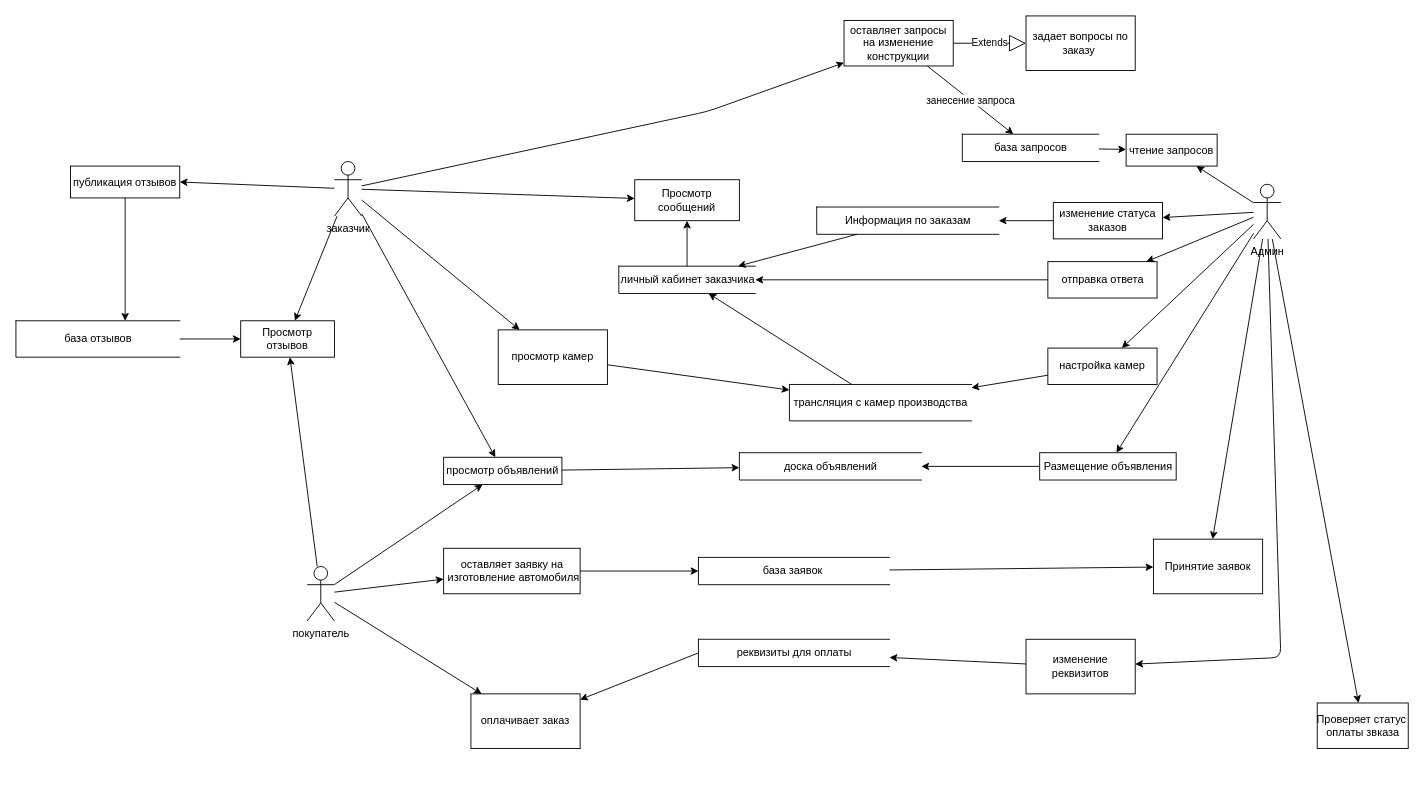
Earlier version of the draw.io diagram DFD.drawio (PashkoW/Repository1). Source tidied: cells renumbered, new cells numbered last; positions are measured from the earlier drawing's top-left corner, leaving out a move shared by most shapes. Both pictures are drawn from the tidied source at 91%, with x=0, y=0 at pixel (15, 15).
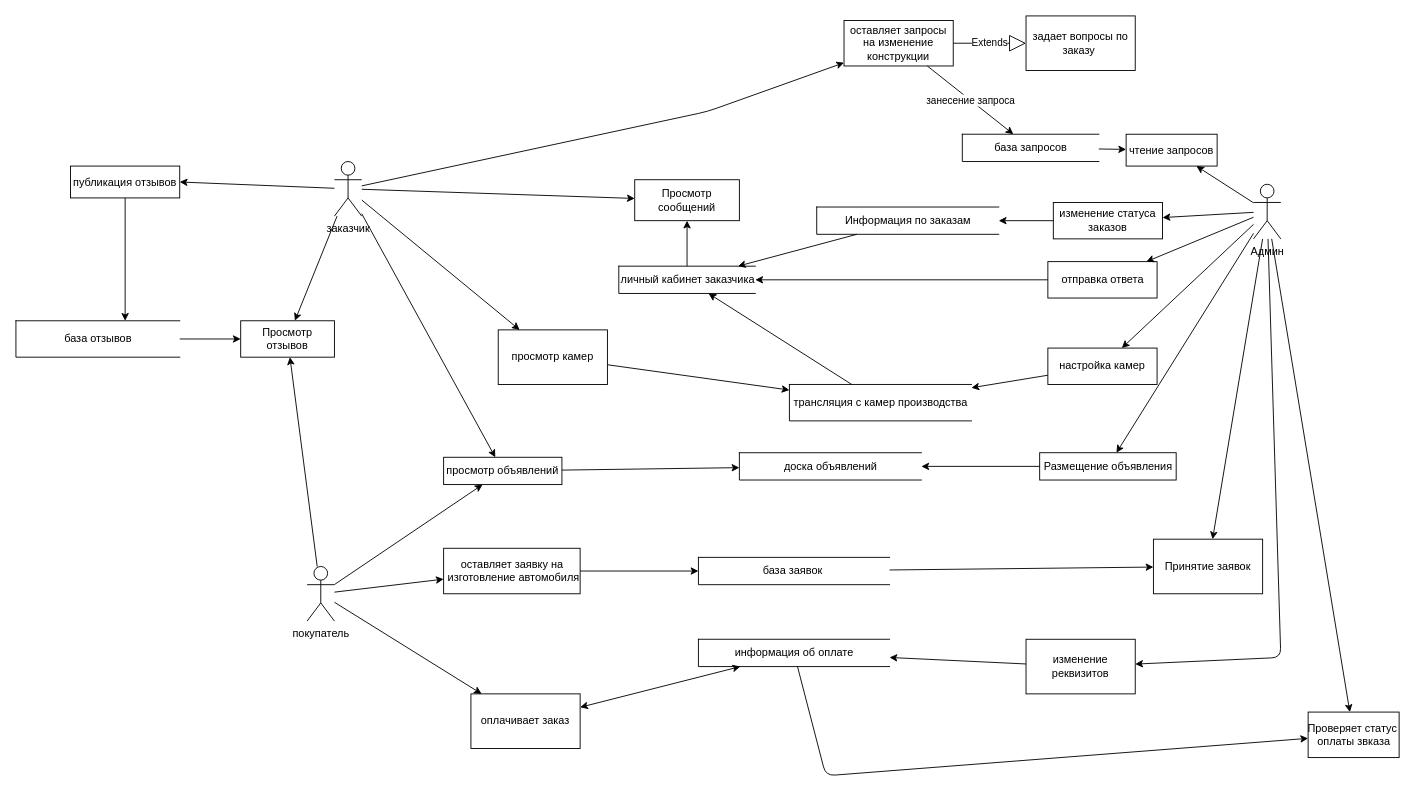
The same diagram, later.

The change refers to these unchanged cells:
```xml
<mxCell id="64" value="оплачивает заказ" style="rounded=0;whiteSpace=wrap;html=1;" parent="1" vertex="1">
  <mxGeometry x="500" y="745" width="120" height="60" as="geometry" />
</mxCell>
```

What changed in the source:
```diff
@@
     <mxCell id="53" value="Проверяет статус&amp;nbsp;&lt;br&gt;оплаты звказа" style="html=1;dashed=0;whitespace=wrap;" parent="1" vertex="1">
-      <mxGeometry x="1430" y="755" width="100" height="50" as="geometry" />
+      <mxGeometry x="1420" y="765" width="100" height="50" as="geometry" />
     </mxCell>
@@
-    <mxCell id="57" value="реквизиты для оплаты" style="html=1;dashed=0;whitespace=wrap;shape=partialRectangle;right=0;" parent="1" vertex="1">
+    <mxCell id="57" value="информация об оплате" style="html=1;dashed=0;whitespace=wrap;shape=partialRectangle;right=0;" parent="1" vertex="1">
       <mxGeometry x="750" y="685" width="210" height="30" as="geometry" />
     </mxCell>
@@
-    <mxCell id="66" style="endArrow=classic;html=1;exitX=0;exitY=0.5;exitDx=0;exitDy=0;" parent="1" edge="1" source="57" target="64">
-      <mxGeometry relative="1" as="geometry" />
-    </mxCell>
+    <mxCell id="67" style="endArrow=classic;startArrow=classic;html=1;" parent="1" edge="1" source="64" target="57">
+      <mxGeometry relative="1" as="geometry" />
+    </mxCell>
+    <mxCell id="68" style="endArrow=classic;html=1;" parent="1" edge="1" source="57" target="53">
+      <mxGeometry relative="1" as="geometry">
+        <Array as="points">
+          <mxPoint x="890" y="835" />
+        </Array>
+      </mxGeometry>
+    </mxCell>
```
